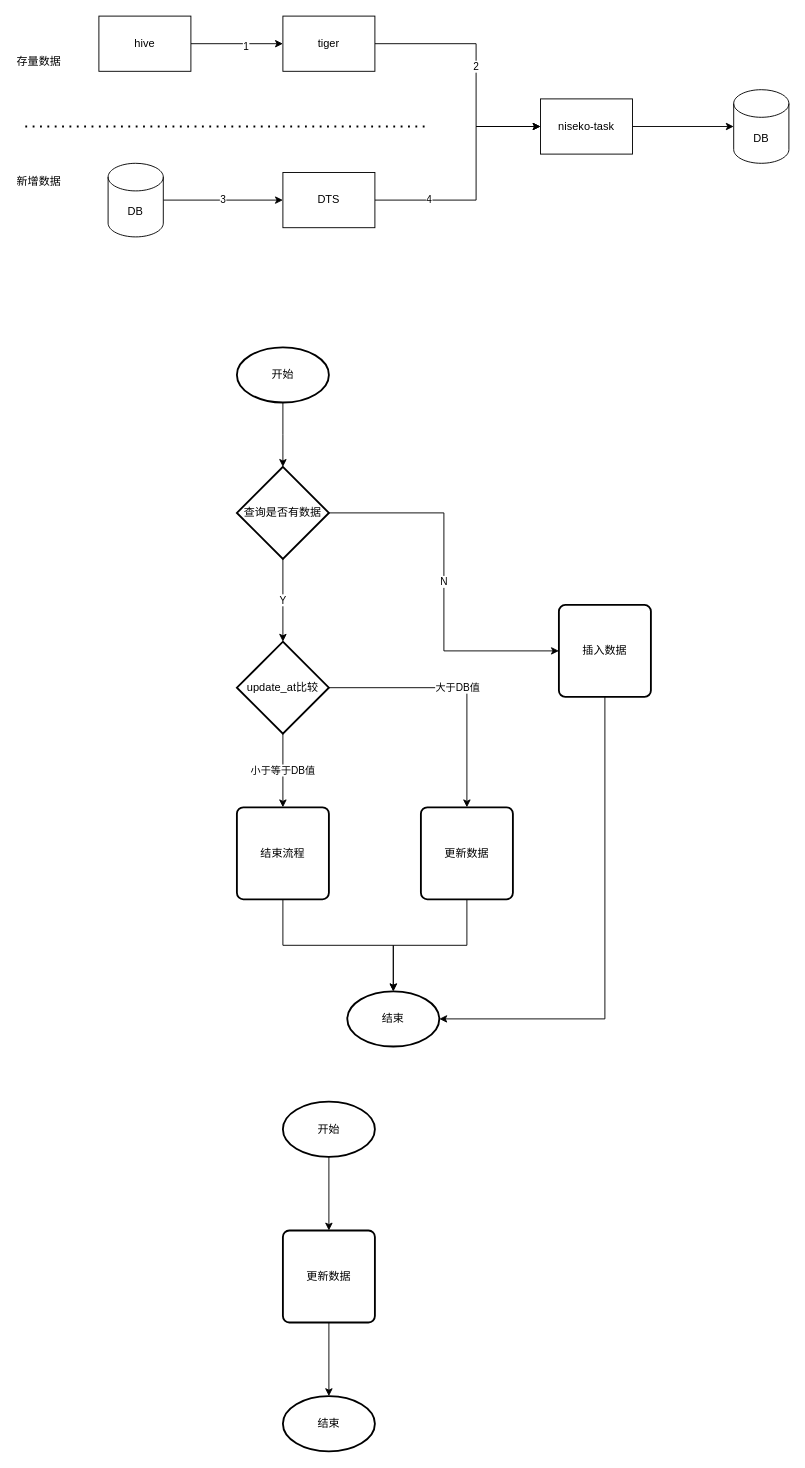
Kang-Shawn/Kang-Shawn.github.io keeps this draw.io diagram as page "数据采集" (4 of 7) of Untitled Diagram.drawio. Above is the earlier version. Source tidied: cells renumbered, new cells numbered last; positions are measured from the earlier drawing's top-left corner, leaving out a move shared by most shapes. Both pictures are drawn from the tidied source at 92%, with x=0, y=0 at pixel (16, 16).
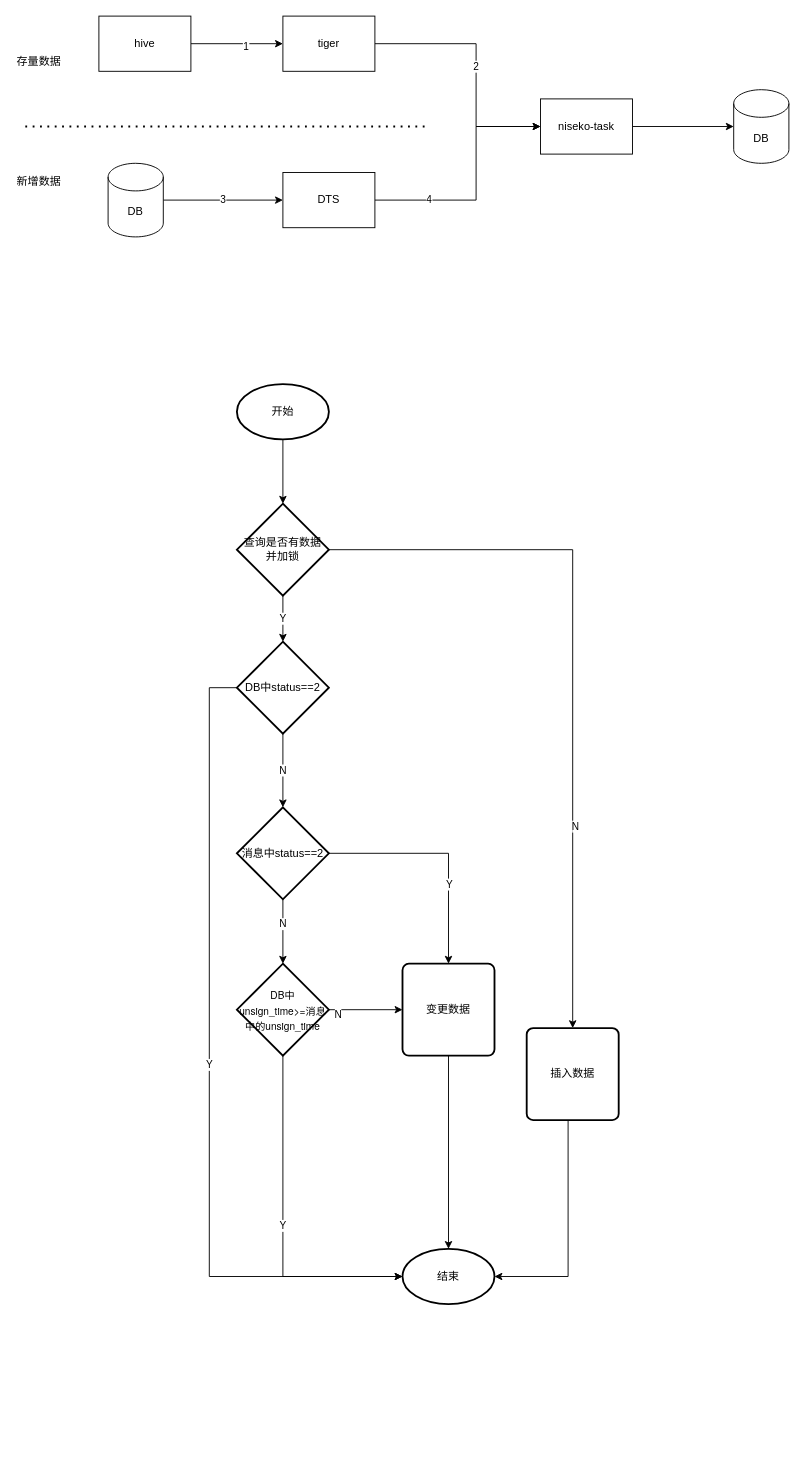
The same page after the edit.

What changed in the source:
```diff
@@
-    <mxCell id="18" style="edgeStyle=orthogonalEdgeStyle;rounded=0;jettySize=auto;html=1;" parent="1" edge="1" source="19">
-      <mxGeometry relative="1" as="geometry">
-        <mxPoint x="290" y="490" as="targetPoint" />
-      </mxGeometry>
-    </mxCell>
+    <mxCell id="38" style="edgeStyle=orthogonalEdgeStyle;rounded=0;jettySize=auto;html=1;entryX=0.5;entryY=0;entryDx=0;entryDy=0;entryPerimeter=0;" parent="1" edge="1" source="19" target="22">
+      <mxGeometry relative="1" as="geometry" />
+    </mxCell>
     <mxCell id="19" value="开始" style="strokeWidth=2;html=1;shape=mxgraph.flowchart.start_1;whiteSpace=wrap;" parent="1" vertex="1">
-      <mxGeometry x="240" y="360" width="100" height="60" as="geometry" />
+      <mxGeometry x="240" y="400" width="100" height="60" as="geometry" />
     </mxCell>
+    <mxCell id="21" value="Y" style="edgeStyle=orthogonalEdgeStyle;rounded=0;jettySize=auto;html=1;entryX=0.5;entryY=0;entryDx=0;entryDy=0;entryPerimeter=0;" parent="1" edge="1" source="22" target="28">
+      <mxGeometry relative="1" as="geometry" />
+    </mxCell>
-    <mxCell id="20" value="N" style="edgeStyle=orthogonalEdgeStyle;rounded=0;jettySize=auto;html=1;entryX=0;entryY=0.5;entryDx=0;entryDy=0;" parent="1" edge="1" source="22" target="24">
+    <mxCell id="20" style="edgeStyle=orthogonalEdgeStyle;rounded=0;jettySize=auto;html=1;" parent="1" edge="1" source="22" target="24">
       <mxGeometry relative="1" as="geometry" />
     </mxCell>
-    <mxCell id="21" value="Y" style="edgeStyle=orthogonalEdgeStyle;rounded=0;jettySize=auto;html=1;entryX=0.5;entryY=0;entryDx=0;entryDy=0;entryPerimeter=0;" parent="1" edge="1" source="22" target="28">
-      <mxGeometry relative="1" as="geometry" />
-    </mxCell>
+    <mxCell id="39" value="N" style="edgeLabel;html=1;align=center;verticalAlign=middle;" parent="20" vertex="1">
+      <mxGeometry x="0.44" y="2" relative="1" as="geometry" />
+    </mxCell>
-    <mxCell id="22" value="查询是否有数据" style="strokeWidth=2;html=1;shape=mxgraph.flowchart.decision;whiteSpace=wrap;" parent="1" vertex="1">
-      <mxGeometry x="240" y="490" width="100" height="100" as="geometry" />
+    <mxCell id="22" value="查询是否有数据&lt;br&gt;并加锁" style="strokeWidth=2;html=1;shape=mxgraph.flowchart.decision;whiteSpace=wrap;" parent="1" vertex="1">
+      <mxGeometry x="240" y="530" width="100" height="100" as="geometry" />
     </mxCell>
     <mxCell id="23" style="edgeStyle=orthogonalEdgeStyle;rounded=0;jettySize=auto;html=1;entryX=1;entryY=0.5;entryDx=0;entryDy=0;entryPerimeter=0;" parent="1" edge="1" source="24" target="25">
       <mxGeometry relative="1" as="geometry">
         <Array as="points">
-          <mxPoint x="640" y="1090" />
+          <mxPoint x="600" y="1370" />
         </Array>
       </mxGeometry>
     </mxCell>
     <mxCell id="24" value="插入数据" style="rounded=1;whiteSpace=wrap;html=1;absoluteArcSize=1;arcSize=14;strokeWidth=2;" parent="1" vertex="1">
-      <mxGeometry x="590" y="640" width="100" height="100" as="geometry" />
+      <mxGeometry x="555" y="1100" width="100" height="100" as="geometry" />
     </mxCell>
     <mxCell id="25" value="结束" style="strokeWidth=2;html=1;shape=mxgraph.flowchart.start_1;whiteSpace=wrap;" parent="1" vertex="1">
-      <mxGeometry x="360" y="1060" width="100" height="60" as="geometry" />
+      <mxGeometry x="420" y="1340" width="100" height="60" as="geometry" />
     </mxCell>
-    <mxCell id="26" value="大于DB值" style="edgeStyle=orthogonalEdgeStyle;rounded=0;jettySize=auto;html=1;" parent="1" edge="1" source="28" target="30">
-      <mxGeometry relative="1" as="geometry" />
+    <mxCell id="26" value="Y" style="edgeStyle=orthogonalEdgeStyle;rounded=0;jettySize=auto;html=1;" parent="1" edge="1" source="28" target="25">
+      <mxGeometry relative="1" as="geometry">
+        <Array as="points">
+          <mxPoint x="210" y="730" />
+          <mxPoint x="210" y="1370" />
+        </Array>
+      </mxGeometry>
     </mxCell>
-    <mxCell id="27" value="小于等于DB值" style="edgeStyle=orthogonalEdgeStyle;rounded=0;jettySize=auto;html=1;entryX=0.5;entryY=0;entryDx=0;entryDy=0;" parent="1" edge="1" source="28" target="32">
-      <mxGeometry relative="1" as="geometry" />
-    </mxCell>
+    <mxCell id="40" value="N" style="edgeStyle=orthogonalEdgeStyle;rounded=0;jettySize=auto;html=1;entryX=0.5;entryY=0;entryDx=0;entryDy=0;entryPerimeter=0;" parent="1" edge="1" source="28" target="45">
+      <mxGeometry relative="1" as="geometry" />
+    </mxCell>
-    <mxCell id="28" value="update_at比较" style="strokeWidth=2;html=1;shape=mxgraph.flowchart.decision;whiteSpace=wrap;" parent="1" vertex="1">
+    <mxCell id="28" value="DB中status==2" style="strokeWidth=2;html=1;shape=mxgraph.flowchart.decision;whiteSpace=wrap;" parent="1" vertex="1">
       <mxGeometry x="240" y="680" width="100" height="100" as="geometry" />
     </mxCell>
-    <mxCell id="29" style="edgeStyle=orthogonalEdgeStyle;rounded=0;jettySize=auto;html=1;entryX=0.5;entryY=0;entryDx=0;entryDy=0;entryPerimeter=0;" parent="1" edge="1" source="30" target="25">
-      <mxGeometry relative="1" as="geometry" />
-    </mxCell>
-    <mxCell id="30" value="更新数据" style="rounded=1;whiteSpace=wrap;html=1;absoluteArcSize=1;arcSize=14;strokeWidth=2;" parent="1" vertex="1">
-      <mxGeometry x="440" y="860" width="100" height="100" as="geometry" />
-    </mxCell>
-    <mxCell id="31" style="edgeStyle=orthogonalEdgeStyle;rounded=0;jettySize=auto;html=1;entryX=0.5;entryY=0;entryDx=0;entryDy=0;entryPerimeter=0;" parent="1" edge="1" source="32" target="25">
-      <mxGeometry relative="1" as="geometry">
-        <Array as="points">
-          <mxPoint x="290" y="1010" />
-          <mxPoint x="410" y="1010" />
-        </Array>
-      </mxGeometry>
-    </mxCell>
-    <mxCell id="32" value="结束流程" style="rounded=1;whiteSpace=wrap;html=1;absoluteArcSize=1;arcSize=14;strokeWidth=2;" parent="1" vertex="1">
-      <mxGeometry x="240" y="860" width="100" height="100" as="geometry" />
-    </mxCell>
-    <mxCell id="33" style="edgeStyle=orthogonalEdgeStyle;rounded=0;jettySize=auto;html=1;entryX=0.5;entryY=0;entryDx=0;entryDy=0;" parent="1" edge="1" source="34" target="36">
-      <mxGeometry relative="1" as="geometry" />
-    </mxCell>
-    <mxCell id="34" value="开始" style="strokeWidth=2;html=1;shape=mxgraph.flowchart.start_1;whiteSpace=wrap;" parent="1" vertex="1">
-      <mxGeometry x="290" y="1180" width="100" height="60" as="geometry" />
-    </mxCell>
-    <mxCell id="35" style="edgeStyle=orthogonalEdgeStyle;rounded=0;jettySize=auto;html=1;entryX=0.5;entryY=0;entryDx=0;entryDy=0;entryPerimeter=0;" parent="1" edge="1" source="36" target="37">
-      <mxGeometry relative="1" as="geometry" />
-    </mxCell>
-    <mxCell id="36" value="更新数据" style="rounded=1;whiteSpace=wrap;html=1;absoluteArcSize=1;arcSize=14;strokeWidth=2;" parent="1" vertex="1">
-      <mxGeometry x="290" y="1320" width="100" height="100" as="geometry" />
-    </mxCell>
-    <mxCell id="37" value="结束" style="strokeWidth=2;html=1;shape=mxgraph.flowchart.start_1;whiteSpace=wrap;" parent="1" vertex="1">
-      <mxGeometry x="290" y="1500" width="100" height="60" as="geometry" />
-    </mxCell>
+    <mxCell id="41" style="edgeStyle=orthogonalEdgeStyle;rounded=0;jettySize=auto;html=1;entryX=0.5;entryY=0;entryDx=0;entryDy=0;entryPerimeter=0;" parent="1" edge="1" source="45" target="49">
+      <mxGeometry relative="1" as="geometry" />
+    </mxCell>
+    <mxCell id="42" value="N" style="edgeLabel;html=1;align=center;verticalAlign=middle;" parent="41" vertex="1">
+      <mxGeometry x="-0.26" y="-1" relative="1" as="geometry" />
+    </mxCell>
+    <mxCell id="43" style="edgeStyle=orthogonalEdgeStyle;rounded=0;jettySize=auto;html=1;" parent="1" edge="1" source="45" target="51">
+      <mxGeometry relative="1" as="geometry" />
+    </mxCell>
+    <mxCell id="44" value="Y" style="edgeLabel;html=1;align=center;verticalAlign=middle;" parent="43" vertex="1">
+      <mxGeometry x="0.3" relative="1" as="geometry" />
+    </mxCell>
+    <mxCell id="45" value="消息中status==2" style="strokeWidth=2;html=1;shape=mxgraph.flowchart.decision;whiteSpace=wrap;" parent="1" vertex="1">
+      <mxGeometry x="240" y="860" width="100" height="100" as="geometry" />
+    </mxCell>
+    <mxCell id="46" style="edgeStyle=orthogonalEdgeStyle;rounded=0;jettySize=auto;html=1;entryX=0;entryY=0.5;entryDx=0;entryDy=0;" parent="1" edge="1" source="49" target="51">
+      <mxGeometry relative="1" as="geometry" />
+    </mxCell>
+    <mxCell id="47" value="N" style="edgeLabel;html=1;align=center;verticalAlign=middle;" parent="46" vertex="1">
+      <mxGeometry x="-0.78" y="-4" relative="1" as="geometry" />
+    </mxCell>
+    <mxCell id="48" value="Y" style="edgeStyle=orthogonalEdgeStyle;rounded=0;jettySize=auto;html=1;" parent="1" edge="1" source="49" target="25">
+      <mxGeometry relative="1" as="geometry">
+        <Array as="points">
+          <mxPoint x="290" y="1370" />
+        </Array>
+      </mxGeometry>
+    </mxCell>
+    <mxCell id="49" value="&lt;p class=&quot;p1&quot; style=&quot;margin: 0px ; font-stretch: normal ; line-height: normal ; font-family: &amp;#34;helvetica neue&amp;#34;&quot;&gt;&lt;font style=&quot;font-size: 11px&quot;&gt;DB中unsign_time&amp;gt;=&lt;span class=&quot;s1&quot; style=&quot;font-stretch: normal ; line-height: normal ; font-family: &amp;#34;pingfang sc&amp;#34;&quot;&gt;消息中的&lt;/span&gt;unsign_time&lt;/font&gt;&lt;/p&gt;" style="strokeWidth=2;html=1;shape=mxgraph.flowchart.decision;whiteSpace=wrap;" parent="1" vertex="1">
+      <mxGeometry x="240" y="1030" width="100" height="100" as="geometry" />
+    </mxCell>
+    <mxCell id="50" style="edgeStyle=orthogonalEdgeStyle;rounded=0;jettySize=auto;html=1;entryX=0.5;entryY=0;entryDx=0;entryDy=0;entryPerimeter=0;" parent="1" edge="1" source="51" target="25">
+      <mxGeometry relative="1" as="geometry" />
+    </mxCell>
+    <mxCell id="51" value="变更数据" style="rounded=1;whiteSpace=wrap;html=1;absoluteArcSize=1;arcSize=14;strokeWidth=2;" parent="1" vertex="1">
+      <mxGeometry x="420" y="1030" width="100" height="100" as="geometry" />
+    </mxCell>
```
